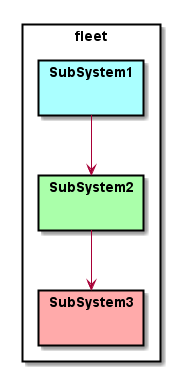
This is docs/Solution/Logical.png from CAADE/fleet, a PlantUML export, as it was before one commit.
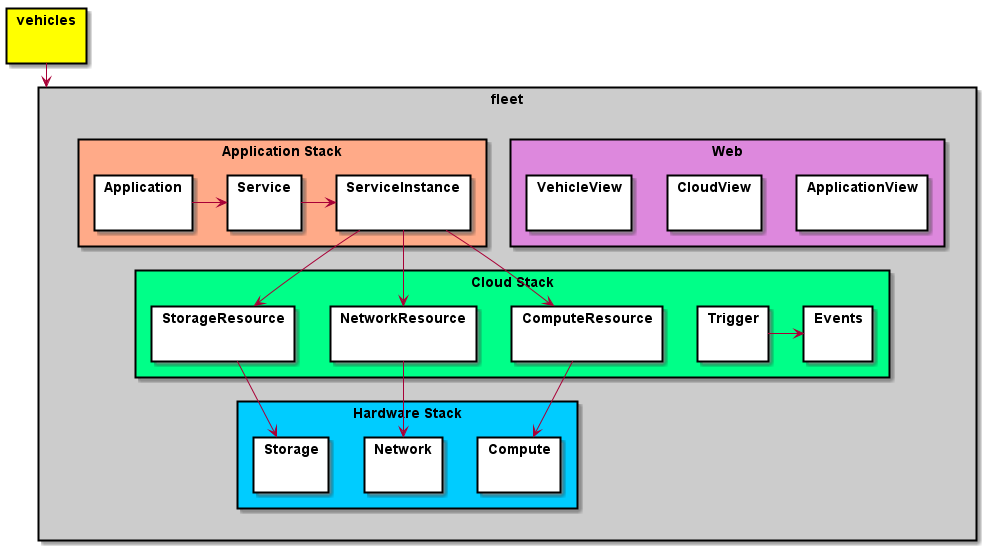
The same file after the commit.

Commit message:
Document Application Stack

What changed in the source:
```diff
@@ -2,17 +2,58 @@
 
 skinparam packageStyle rect
 
-package fleet {
-package "SubSystem1" #aaffff {
+package vehicles #ffff00 {
 }
-package "SubSystem2" #aaffaa {
-}
-package "SubSystem3" #ffaaaa {
-}
+package fleet #cccccc {
+    package "Web" #dd88dd {
+      package ApplicationView {
+      }
+      package CloudView {
+      }
+      package VehicleView {
+      }
+    }
+    package "Application Stack" #ffaa88 {
+      package Application {
+      }
+      package Service {
+      }
+      package ServiceInstance {
+      }
+      Application -> Service
+      Service -> ServiceInstance
+    }
+    package "Cloud Stack" #00ff88 {
+      package ComputeResource {
+      }
+      package NetworkResource {
+      }
+      package StorageResource {
+      }
+      package Events {
+      }
+      package Trigger {
+      }
+      Trigger -> Events
+    }
+    package "Hardware Stack" #00ccff {
+      package Compute {
+      }
+      package Network {
+      }
+      package Storage {
+      }
+    }
 }
 
-SubSystem1 --> SubSystem2
-SubSystem2 --> SubSystem3
+ServiceInstance --> StorageResource
+ServiceInstance --> ComputeResource
+ServiceInstance --> NetworkResource
+
+StorageResource --> Storage
+ComputeResource --> Compute
+NetworkResource --> Network
+vehicles --> fleet
 
 
 @enduml
```
